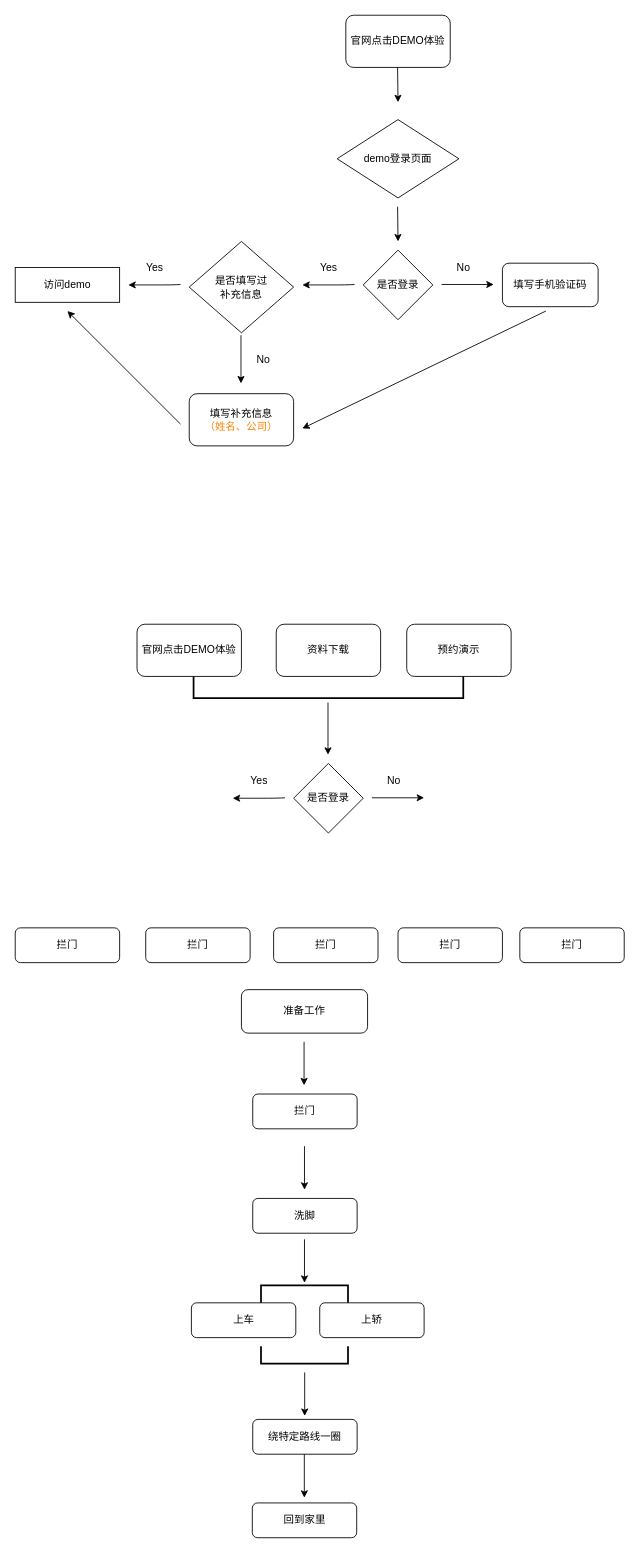
Before: 未命名绘图.drawio in uniqueen/winsun_website, a draw.io diagram. Source tidied: cells renumbered, new cells numbered last; positions are measured from the earlier drawing's top-left corner, leaving out a move shared by most shapes. Both pictures are drawn from the tidied source at 87%, with x=0, y=0 at pixel (15, 15).
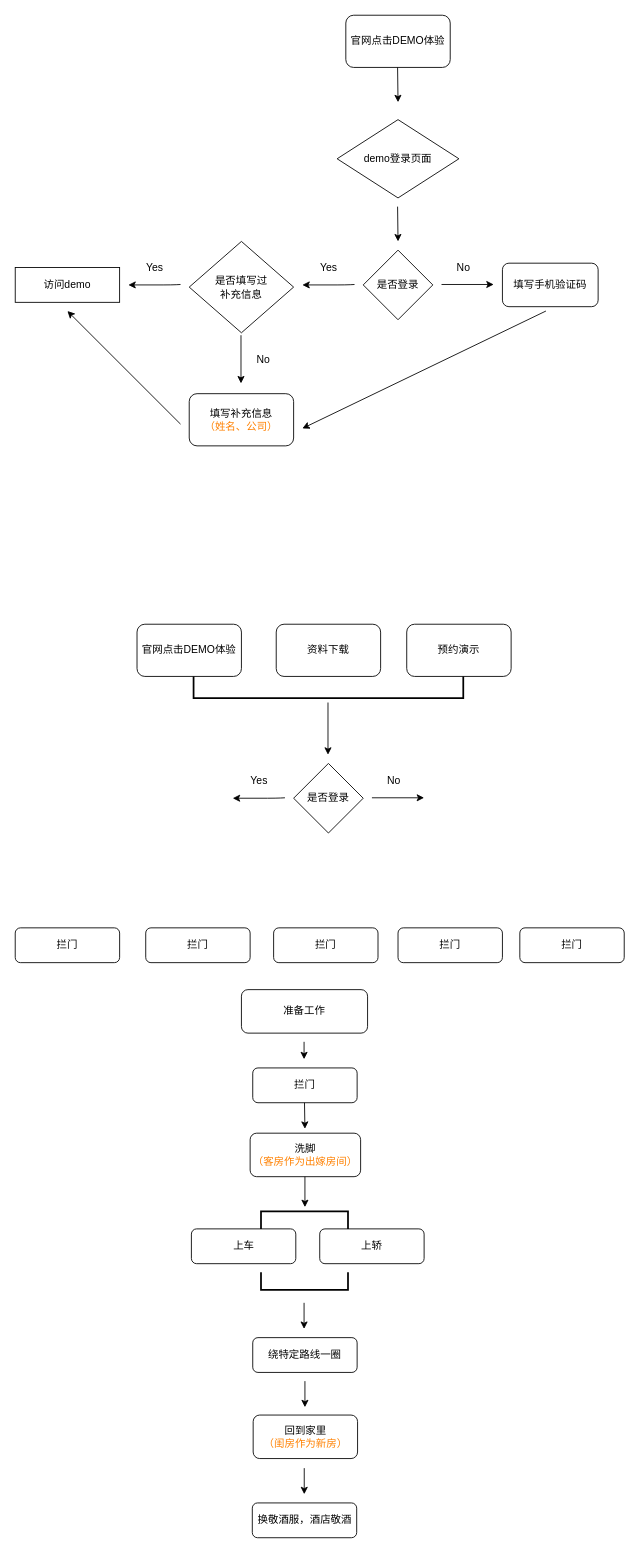
The same diagram, later.

Commit message:
更新未命名绘图.drawio

Diff of the diagram source:
```diff
@@
     <mxCell id="32" style="endArrow=classic;html=1;" parent="1" edge="1">
       <mxGeometry relative="1" as="geometry">
         <mxPoint x="332" y="1180" as="sourcePoint" />
-        <mxPoint x="332" y="1230" as="targetPoint" />
+        <mxPoint x="332" y="1200" as="targetPoint" />
       </mxGeometry>
     </mxCell>
     <mxCell id="33" value="拦门" style="rounded=1;whiteSpace=wrap;html=1;sketch=0;" parent="1" vertex="1">
-      <mxGeometry x="273" y="1240" width="120" height="40" as="geometry" />
+      <mxGeometry x="273" y="1210" width="120" height="40" as="geometry" />
     </mxCell>
     <mxCell id="34" style="endArrow=classic;html=1;" parent="1" edge="1">
       <mxGeometry relative="1" as="geometry">
-        <mxPoint x="332.5" y="1300" as="sourcePoint" />
-        <mxPoint x="332.5" y="1350" as="targetPoint" />
+        <mxPoint x="332.5" y="1250" as="sourcePoint" />
+        <mxPoint x="333" y="1280" as="targetPoint" />
       </mxGeometry>
     </mxCell>
-    <mxCell id="35" value="洗脚" style="rounded=1;whiteSpace=wrap;html=1;sketch=0;" parent="1" vertex="1">
-      <mxGeometry x="273" y="1360" width="120" height="40" as="geometry" />
+    <mxCell id="35" value="洗脚&lt;br&gt;&lt;font color=&quot;#ff8000&quot;&gt;（客房作为出嫁房间）&lt;/font&gt;" style="rounded=1;whiteSpace=wrap;html=1;sketch=0;" parent="1" vertex="1">
+      <mxGeometry x="270" y="1285" width="127" height="50" as="geometry" />
     </mxCell>
     <mxCell id="36" style="endArrow=classic;html=1;" parent="1" edge="1">
       <mxGeometry relative="1" as="geometry">
-        <mxPoint x="332.5" y="1407" as="sourcePoint" />
-        <mxPoint x="332.5" y="1457" as="targetPoint" />
+        <mxPoint x="333" y="1335" as="sourcePoint" />
+        <mxPoint x="333" y="1370" as="targetPoint" />
       </mxGeometry>
     </mxCell>
     <mxCell id="37" value="上车" style="rounded=1;whiteSpace=wrap;html=1;sketch=0;" parent="1" vertex="1">
-      <mxGeometry x="202.5" y="1480" width="120" height="40" as="geometry" />
+      <mxGeometry x="202.5" y="1395" width="120" height="40" as="geometry" />
     </mxCell>
     <mxCell id="38" value="上轿" style="rounded=1;whiteSpace=wrap;html=1;sketch=0;" parent="1" vertex="1">
-      <mxGeometry x="350" y="1480" width="120" height="40" as="geometry" />
+      <mxGeometry x="350" y="1395" width="120" height="40" as="geometry" />
     </mxCell>
     <mxCell id="39" style="strokeWidth=2;html=1;shape=mxgraph.flowchart.annotation_1;align=left;rounded=0;sketch=0;rotation=90;" parent="1" vertex="1">
-      <mxGeometry x="322.5" y="1420" width="20" height="100" as="geometry" />
+      <mxGeometry x="322.5" y="1335" width="20" height="100" as="geometry" />
     </mxCell>
     <mxCell id="40" style="strokeWidth=2;html=1;shape=mxgraph.flowchart.annotation_1;align=left;rounded=0;sketch=0;rotation=-90;" parent="1" vertex="1">
-      <mxGeometry x="322.5" y="1490" width="20" height="100" as="geometry" />
+      <mxGeometry x="322.5" y="1405" width="20" height="100" as="geometry" />
     </mxCell>
     <mxCell id="41" style="endArrow=classic;html=1;" parent="1" edge="1">
       <mxGeometry relative="1" as="geometry">
-        <mxPoint x="332.7" y="1560" as="sourcePoint" />
-        <mxPoint x="332.7" y="1610" as="targetPoint" />
+        <mxPoint x="332" y="1480" as="sourcePoint" />
+        <mxPoint x="332" y="1510" as="targetPoint" />
       </mxGeometry>
     </mxCell>
     <mxCell id="42" value="绕特定路线一圈" style="rounded=1;whiteSpace=wrap;html=1;sketch=0;" parent="1" vertex="1">
-      <mxGeometry x="273" y="1614" width="120" height="40" as="geometry" />
+      <mxGeometry x="273" y="1520" width="120" height="40" as="geometry" />
     </mxCell>
-    <mxCell id="43" value="回到家里" style="rounded=1;whiteSpace=wrap;html=1;sketch=0;" parent="1" vertex="1">
-      <mxGeometry x="272.5" y="1710" width="120" height="40" as="geometry" />
+    <mxCell id="43" value="回到家里&lt;br&gt;&lt;font color=&quot;#ff8000&quot;&gt;（闺房作为新房）&lt;/font&gt;" style="rounded=1;whiteSpace=wrap;html=1;sketch=0;" parent="1" vertex="1">
+      <mxGeometry x="273.5" y="1609" width="120" height="50" as="geometry" />
     </mxCell>
     <mxCell id="44" style="endArrow=classic;html=1;" parent="1" edge="1">
       <mxGeometry relative="1" as="geometry">
-        <mxPoint x="332.3" y="1654" as="sourcePoint" />
-        <mxPoint x="332.3" y="1704" as="targetPoint" />
+        <mxPoint x="333" y="1570" as="sourcePoint" />
+        <mxPoint x="333" y="1600" as="targetPoint" />
       </mxGeometry>
     </mxCell>
@@
+    <mxCell id="50" style="endArrow=classic;html=1;" parent="1" edge="1">
+      <mxGeometry relative="1" as="geometry">
+        <mxPoint x="332.2" y="1670" as="sourcePoint" />
+        <mxPoint x="332.2" y="1700" as="targetPoint" />
+      </mxGeometry>
+    </mxCell>
+    <mxCell id="51" value="换敬酒服，酒店敬酒" style="rounded=1;whiteSpace=wrap;html=1;sketch=0;" parent="1" vertex="1">
+      <mxGeometry x="272.5" y="1710" width="120" height="40" as="geometry" />
+    </mxCell>
```
